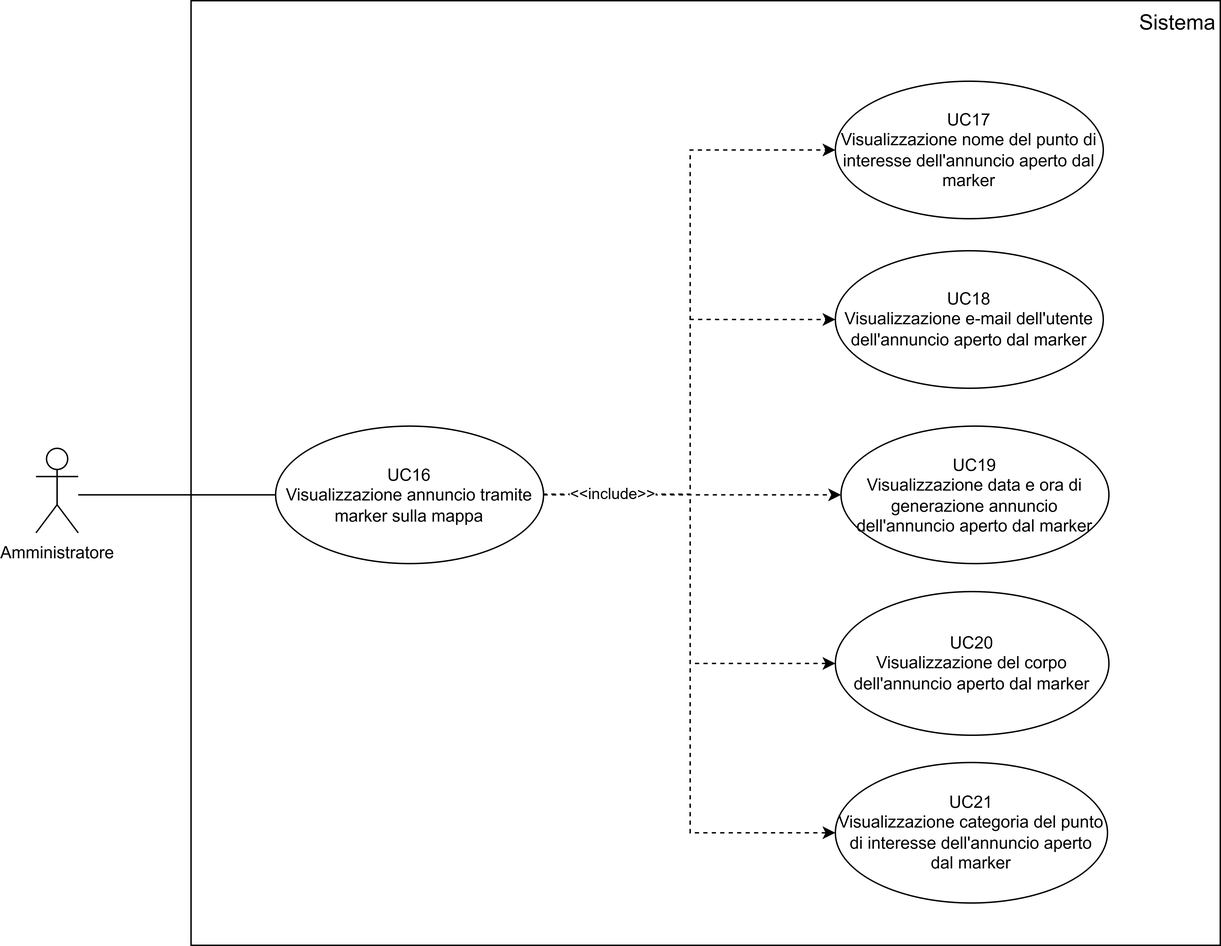
The draw.io diagram assets/use_cases/UC16-17-18-19-20-21.png in SWEatUNIPD/docs, before a commit. Source tidied: cells renumbered, new cells last; positions are measured from the earlier drawing's top-left corner, leaving out a move shared by most shapes.
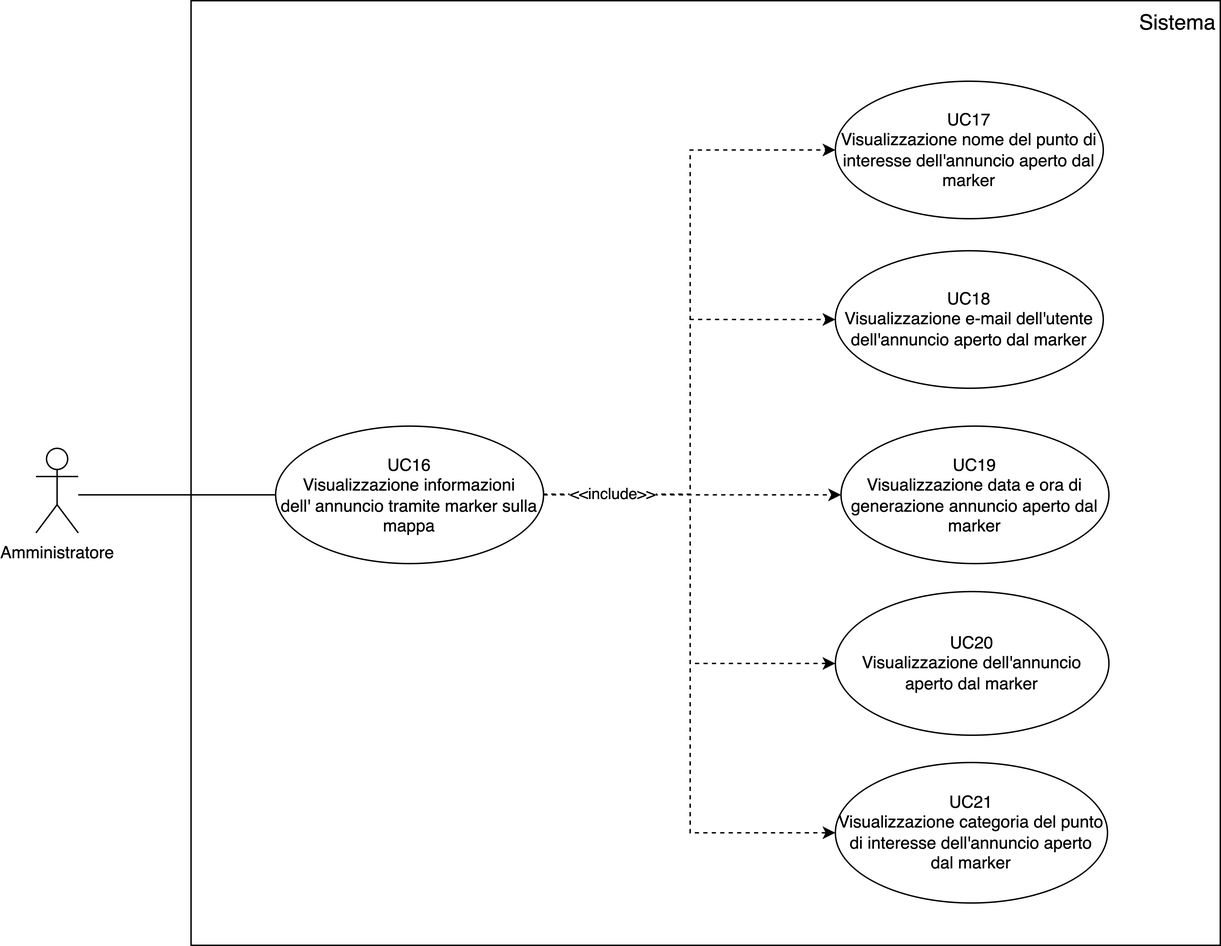
After the change.

The edit, as a diff of the source:
```diff
@@ -61,10 +61,10 @@
     <mxCell id="10" value="&amp;lt;&amp;lt;include&amp;gt;&amp;gt;" style="edgeLabel;html=1;align=center;verticalAlign=middle;" parent="9" vertex="1">
       <mxGeometry x="-0.76" y="1" relative="1" as="geometry" />
     </mxCell>
-    <mxCell id="11" value="UC16&lt;div&gt;Visualizzazione annuncio tramite marker sulla mappa&lt;/div&gt;" style="ellipse;whiteSpace=wrap;html=1;fillColor=none;" parent="1" vertex="1">
+    <mxCell id="11" value="UC16&lt;div&gt;Visualizzazione informazioni&lt;/div&gt;&lt;div&gt;dell' annuncio tramite marker sulla mappa&lt;/div&gt;" style="ellipse;whiteSpace=wrap;html=1;fillColor=none;" parent="1" vertex="1">
       <mxGeometry x="170" y="301.8" width="190" height="97.5" as="geometry" />
     </mxCell>
-    <mxCell id="12" value="UC20&lt;div&gt;Visualizzazione del corpo dell'annuncio aperto dal marker&lt;/div&gt;" style="ellipse;whiteSpace=wrap;html=1;fillColor=none;" parent="1" vertex="1">
+    <mxCell id="12" value="UC20&lt;div&gt;Visualizzazione dell'annuncio aperto dal marker&lt;/div&gt;" style="ellipse;whiteSpace=wrap;html=1;fillColor=none;" parent="1" vertex="1">
       <mxGeometry x="567" y="419.1" width="194" height="101.9" as="geometry" />
     </mxCell>
     <mxCell id="13" value="UC17&lt;div&gt;Visualizzazione nome del punto di interesse dell'annuncio aperto dal marker&lt;/div&gt;" style="ellipse;whiteSpace=wrap;html=1;fillColor=none;" parent="1" vertex="1">
@@ -73,7 +73,7 @@
     <mxCell id="14" value="UC18&lt;div&gt;Visualizzazione e-mail dell'utente dell'annuncio aperto dal marker&lt;/div&gt;" style="ellipse;whiteSpace=wrap;html=1;fillColor=none;" parent="1" vertex="1">
       <mxGeometry x="567" y="177.4" width="190" height="97.5" as="geometry" />
     </mxCell>
-    <mxCell id="15" value="UC19&lt;div&gt;Visualizzazione data e ora di generazione annuncio dell'annuncio aperto dal marker&lt;/div&gt;" style="ellipse;whiteSpace=wrap;html=1;fillColor=none;" parent="1" vertex="1">
+    <mxCell id="15" value="UC19&lt;div&gt;Visualizzazione data e ora di generazione annuncio aperto dal marker&lt;/div&gt;" style="ellipse;whiteSpace=wrap;html=1;fillColor=none;" parent="1" vertex="1">
       <mxGeometry x="571" y="301.8" width="190" height="97.5" as="geometry" />
     </mxCell>
     <mxCell id="16" value="UC21&lt;div&gt;Visualizzazione categoria del punto di interesse dell'annuncio aperto dal marker&lt;/div&gt;" style="ellipse;whiteSpace=wrap;html=1;fillColor=none;" parent="1" vertex="1">
```
